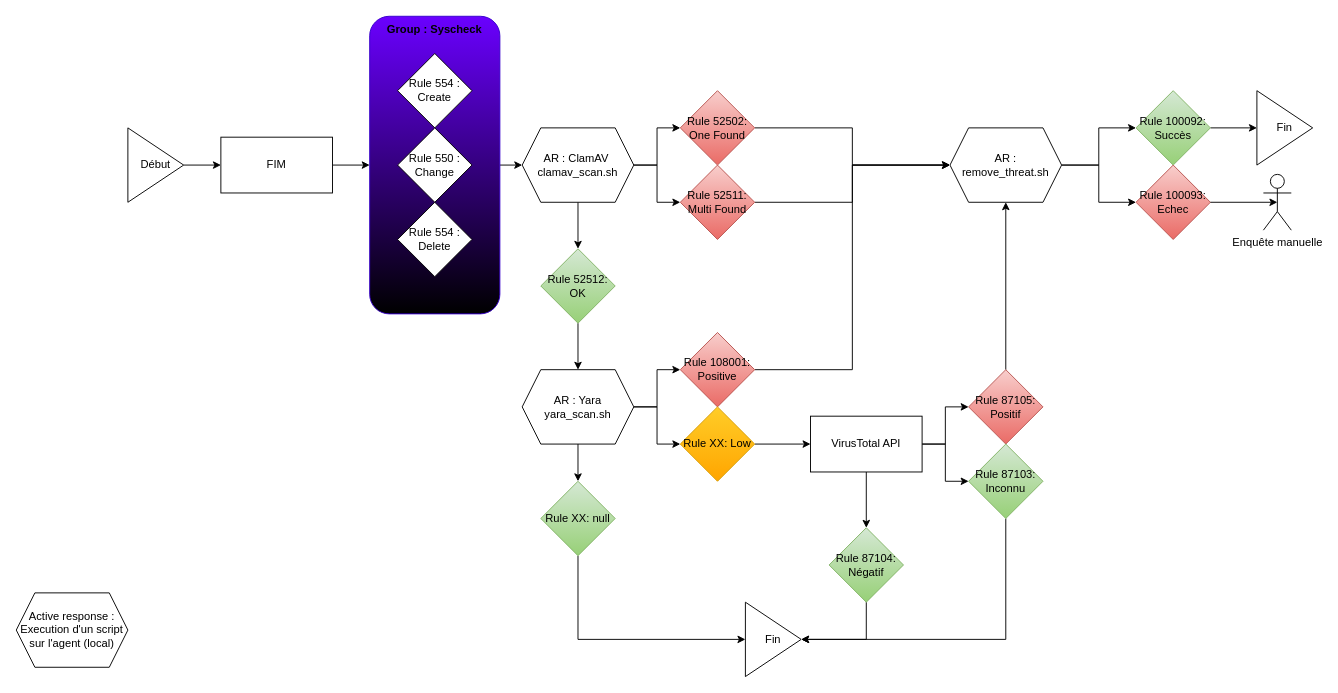
Above: Wazuh.drawio in egoMasa/HomeLab (draw.io), before the change. Source tidied: cells renumbered, new cells numbered last; positions are measured from the earlier drawing's top-left corner, leaving out a move shared by most shapes. Both pictures are drawn from the tidied source at 93%, with x=0, y=0 at pixel (16, 16).
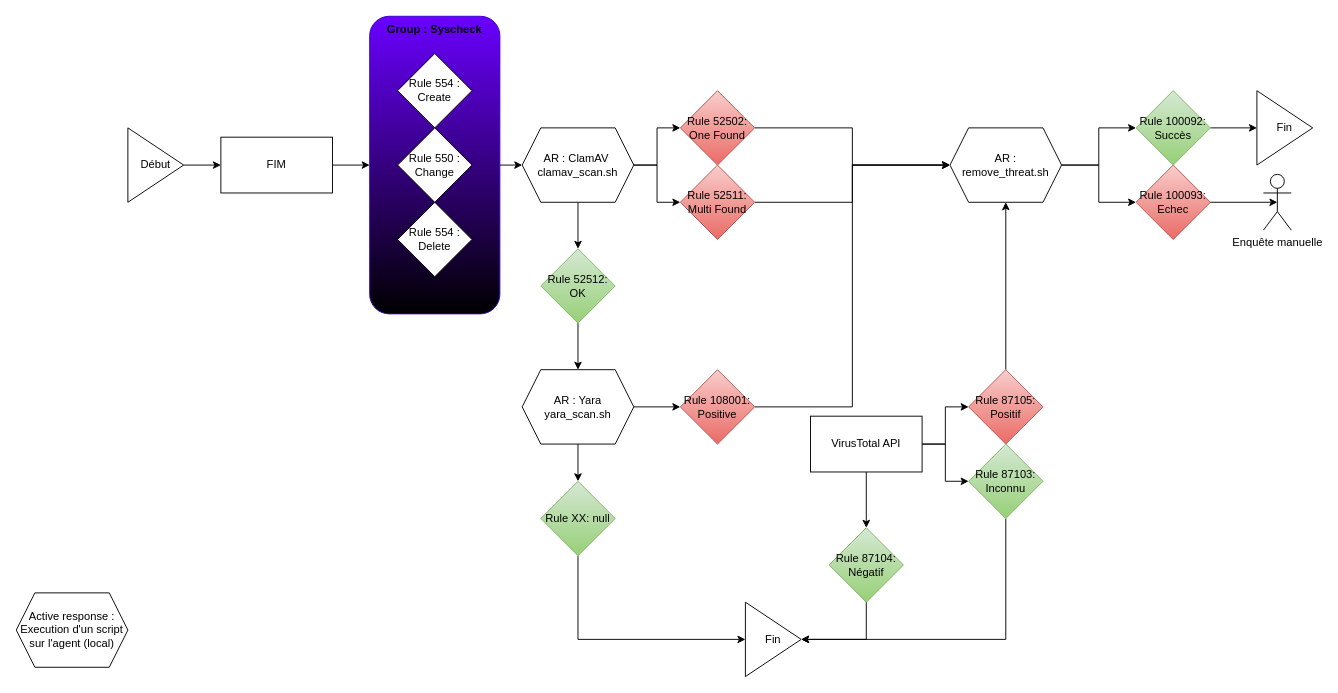
Above is the later version.

Commit message (it also covers changes not shown here):
Mettre à jour Wazuh.drawio

Unchanged cells that the change refers to:
```xml
<mxCell id="26" value="AR : Yara&lt;br&gt;yara_scan.sh" style="shape=hexagon;perimeter=hexagonPerimeter2;whiteSpace=wrap;html=1;fixedSize=1;" parent="1" vertex="1">
  <mxGeometry x="544" y="380" width="120" height="80" as="geometry" />
</mxCell>
<mxCell id="40" value="VirusTotal API" style="rounded=0;whiteSpace=wrap;html=1;" parent="1" vertex="1">
  <mxGeometry x="854" y="430" width="120" height="60" as="geometry" />
</mxCell>
```

The edit, as a diff of the source:
```diff
@@
-    <mxCell id="24" style="edgeStyle=orthogonalEdgeStyle;rounded=0;jettySize=auto;html=1;exitX=1;exitY=0.5;exitDx=0;exitDy=0;entryX=0;entryY=0.5;entryDx=0;entryDy=0;" parent="1" edge="1" source="26" target="30">
-      <mxGeometry relative="1" as="geometry" />
-    </mxCell>
@@
     <mxCell id="28" value="Rule 108001: Positive" style="rhombus;whiteSpace=wrap;html=1;fillColor=#f8cecc;strokeColor=#b85450;gradientColor=#ea6b66;" parent="1" vertex="1">
-      <mxGeometry x="714" y="340" width="80" height="80" as="geometry" />
+      <mxGeometry x="714" y="380" width="80" height="80" as="geometry" />
     </mxCell>
-    <mxCell id="29" style="edgeStyle=orthogonalEdgeStyle;rounded=0;jettySize=auto;html=1;exitX=1;exitY=0.5;exitDx=0;exitDy=0;entryX=0;entryY=0.5;entryDx=0;entryDy=0;" parent="1" edge="1" source="30" target="40">
-      <mxGeometry relative="1" as="geometry" />
-    </mxCell>
-    <mxCell id="30" value="Rule XX: Low" style="rhombus;whiteSpace=wrap;html=1;fillColor=#ffcd28;strokeColor=#d79b00;gradientColor=#ffa500;" parent="1" vertex="1">
-      <mxGeometry x="714" y="420" width="80" height="80" as="geometry" />
-    </mxCell>
```
